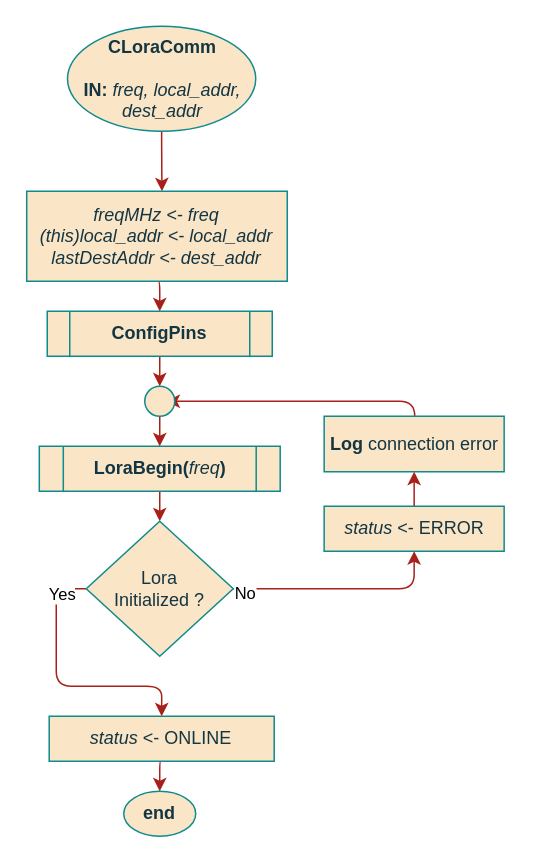
Above: page "Constructor" (2 of 4) of documentation/flowcharts/02Classes/CLoraComm.drawio in ESRGgroup9/slipad (draw.io), before the change. Source tidied: cells renumbered, new cells numbered last; positions are measured from the earlier drawing's top-left corner, leaving out a move shared by most shapes. Both pictures are drawn from the tidied source at 150%, with x=0, y=0 at pixel (26, 26).
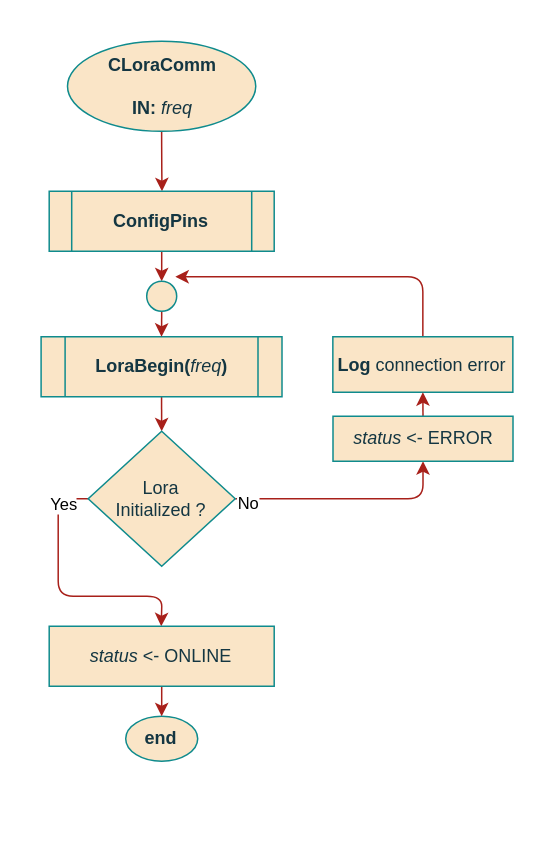
After the change.

The edit, as a diff of the source:
```diff
@@
-    <mxCell id="3" value="&lt;div&gt;CLoraComm&lt;/div&gt;&lt;div&gt;&lt;br&gt;&lt;/div&gt;&lt;div&gt;IN: &lt;span style=&quot;font-weight: normal&quot;&gt;&lt;i&gt;freq, local_addr, dest_addr&lt;/i&gt;&lt;/span&gt;&lt;br&gt;&lt;/div&gt;" style="ellipse;whiteSpace=wrap;html=1;fillColor=#FAE5C7;strokeColor=#0F8B8D;fontColor=#143642;fontStyle=1;" parent="1" vertex="1">
-      <mxGeometry x="27.5" width="125.5" height="70" as="geometry" />
+    <mxCell id="3" value="&lt;div&gt;CLoraComm&lt;/div&gt;&lt;div&gt;&lt;br&gt;&lt;/div&gt;&lt;div&gt;IN: &lt;span style=&quot;font-weight: normal&quot;&gt;&lt;i&gt;freq&lt;/i&gt;&lt;/span&gt;&lt;br&gt;&lt;/div&gt;" style="ellipse;whiteSpace=wrap;html=1;fillColor=#FAE5C7;strokeColor=#0F8B8D;fontColor=#143642;fontStyle=1;" parent="1" vertex="1">
+      <mxGeometry x="27.5" y="10" width="125.5" height="60" as="geometry" />
     </mxCell>
     <mxCell id="4" value="end" style="ellipse;whiteSpace=wrap;html=1;fillColor=#FAE5C7;strokeColor=#0F8B8D;fontColor=#143642;fontStyle=1;" parent="1" vertex="1">
-      <mxGeometry x="65" y="510" width="48" height="30" as="geometry" />
+      <mxGeometry x="66.3" y="460" width="48" height="30" as="geometry" />
     </mxCell>
@@
     <mxCell id="6" value="LoraBegin(&lt;i&gt;&lt;span style=&quot;font-weight: normal&quot;&gt;freq&lt;/span&gt;&lt;/i&gt;)" style="shape=process;whiteSpace=wrap;html=1;backgroundOutline=1;rounded=0;sketch=0;fontColor=#143642;strokeColor=#0F8B8D;fillColor=#FAE5C7;fontStyle=1;" parent="1" vertex="1">
-      <mxGeometry x="8.7" y="280" width="160.6" height="30" as="geometry" />
+      <mxGeometry x="9.9" y="207" width="160.6" height="40" as="geometry" />
     </mxCell>
-    <mxCell id="7" style="edgeStyle=orthogonalEdgeStyle;rounded=1;orthogonalLoop=1;jettySize=auto;html=1;fontSize=11;strokeColor=#A8201A;startArrow=none;" parent="1" edge="1">
+    <mxCell id="7" style="edgeStyle=orthogonalEdgeStyle;rounded=1;jettySize=auto;html=1;exitX=0.5;exitY=0;exitDx=0;exitDy=0;fontSize=11;strokeColor=#A8201A;startArrow=none;" parent="1" edge="1" source="17">
       <mxGeometry relative="1" as="geometry">
-        <mxPoint x="259" y="290" as="sourcePoint" />
-        <mxPoint x="93.5" y="250" as="targetPoint" />
+        <mxPoint x="99.4" y="167" as="targetPoint" />
         <Array as="points">
-          <mxPoint x="258.5" y="250" />
+          <mxPoint x="264.4" y="167" />
         </Array>
       </mxGeometry>
     </mxCell>
@@
-    <mxCell id="10" style="edgeStyle=orthogonalEdgeStyle;rounded=1;jettySize=auto;html=1;exitX=0;exitY=0.5;exitDx=0;exitDy=0;strokeColor=#A8201A;entryX=0.5;entryY=0;entryDx=0;entryDy=0;" parent="1" edge="1" source="12" target="19">
-      <mxGeometry relative="1" as="geometry" />
+    <mxCell id="10" style="edgeStyle=orthogonalEdgeStyle;rounded=1;jettySize=auto;html=1;exitX=0;exitY=0.5;exitDx=0;exitDy=0;strokeColor=#A8201A;" parent="1" edge="1" source="12">
+      <mxGeometry relative="1" as="geometry">
+        <mxPoint x="90" y="400" as="targetPoint" />
+      </mxGeometry>
     </mxCell>
@@
     <mxCell id="12" value="&lt;div&gt;Lora&lt;/div&gt;&lt;div&gt;Initialized ?&lt;/div&gt;" style="rhombus;whiteSpace=wrap;html=1;rounded=0;sketch=0;fontColor=#143642;strokeColor=#0F8B8D;fillColor=#FAE5C7;" parent="1" vertex="1">
-      <mxGeometry x="40" y="330" width="98" height="90" as="geometry" />
+      <mxGeometry x="41.3" y="270" width="98" height="90" as="geometry" />
     </mxCell>
@@
     <mxCell id="15" value="ConfigPins" style="shape=process;whiteSpace=wrap;html=1;backgroundOutline=1;rounded=0;sketch=0;fontColor=#143642;strokeColor=#0F8B8D;fillColor=#FAE5C7;fontStyle=1;" parent="1" vertex="1">
-      <mxGeometry x="14" y="190" width="150" height="30" as="geometry" />
+      <mxGeometry x="15.3" y="110" width="150" height="40" as="geometry" />
     </mxCell>
     <mxCell id="16" style="ellipse;whiteSpace=wrap;html=1;rounded=0;sketch=0;fontColor=#143642;strokeColor=#0F8B8D;fillColor=#FAE5C7;" parent="1" vertex="1">
-      <mxGeometry x="79" y="240" width="20" height="20" as="geometry" />
+      <mxGeometry x="80.3" y="170" width="20" height="20" as="geometry" />
     </mxCell>
     <mxCell id="17" value="&lt;b&gt;Log&lt;/b&gt; connection error" style="rounded=0;whiteSpace=wrap;html=1;sketch=0;fontColor=#143642;strokeColor=#0F8B8D;fillColor=#FAE5C7;" parent="1" vertex="1">
-      <mxGeometry x="198.6" y="260" width="120" height="37" as="geometry" />
+      <mxGeometry x="204.4" y="207" width="120" height="37" as="geometry" />
     </mxCell>
@@
     <mxCell id="19" value="&lt;i&gt;status&lt;/i&gt; &amp;lt;- ONLINE" style="rounded=0;whiteSpace=wrap;html=1;sketch=0;fontColor=#143642;strokeColor=#0F8B8D;fillColor=#FAE5C7;" parent="1" vertex="1">
-      <mxGeometry x="15.3" y="460" width="150" height="30" as="geometry" />
+      <mxGeometry x="15.3" y="400" width="150" height="40" as="geometry" />
     </mxCell>
@@
     <mxCell id="21" value="&lt;i&gt;status&lt;/i&gt; &amp;lt;- ERROR" style="rounded=0;whiteSpace=wrap;html=1;sketch=0;fontColor=#143642;strokeColor=#0F8B8D;fillColor=#FAE5C7;" parent="1" vertex="1">
-      <mxGeometry x="198.6" y="320" width="120" height="30" as="geometry" />
+      <mxGeometry x="204.5" y="260" width="120" height="30" as="geometry" />
     </mxCell>
-    <mxCell id="22" style="edgeStyle=orthogonalEdgeStyle;rounded=1;jettySize=auto;html=1;exitX=0.5;exitY=1;exitDx=0;exitDy=0;entryX=0.5;entryY=0;entryDx=0;entryDy=0;strokeColor=#A8201A;" parent="1" edge="1" source="23" target="15">
-      <mxGeometry relative="1" as="geometry" />
-    </mxCell>
-    <mxCell id="23" value="&lt;div&gt;freqMHz &amp;lt;- freq&lt;/div&gt;&lt;div&gt;(this)local_addr &amp;lt;- local_addr&lt;/div&gt;&lt;div&gt;lastDestAddr &amp;lt;- dest_addr&lt;br&gt;&lt;/div&gt;" style="rounded=0;whiteSpace=wrap;html=1;sketch=0;fontColor=#143642;strokeColor=#0F8B8D;fillColor=#FAE5C7;fontStyle=2;" parent="1" vertex="1">
-      <mxGeometry x="0.3" y="110" width="173.7" height="60" as="geometry" />
-    </mxCell>
```
